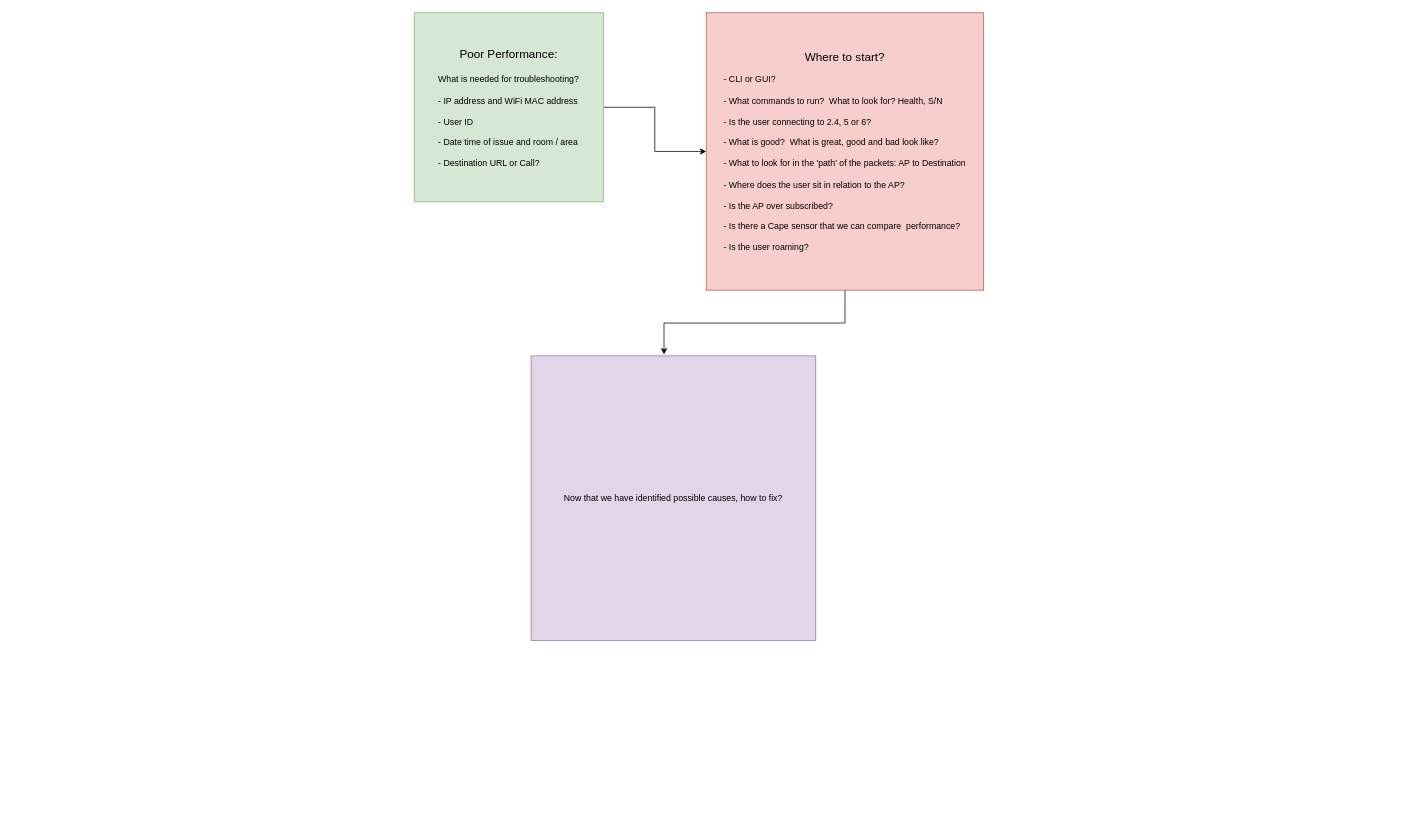
Earlier version of the draw.io diagram WLAN - Poor Performance.drawio (Lost-Ones/Draw.io). Source tidied: cells renumbered, new cells numbered last; positions are measured from the earlier drawing's top-left corner, leaving out a move shared by most shapes. Both pictures are drawn from the tidied source at 73%, with x=0, y=0 at pixel (414, 12).
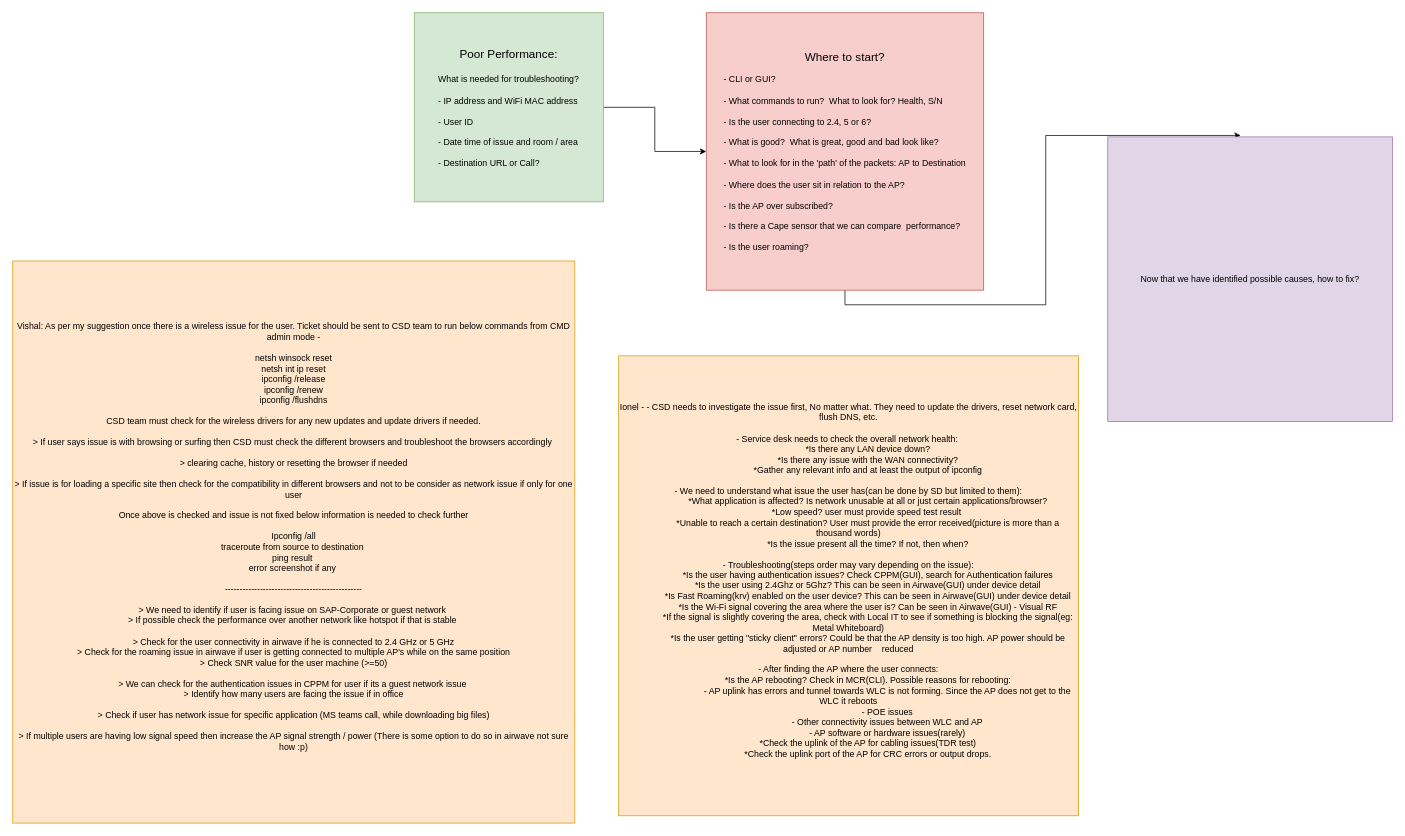
After the change.

What changed in the source:
```diff
@@
 <mxGraphModel>
   <root>
     <mxCell id="0" />
     <mxCell id="1" parent="0" />
     <mxCell id="2" style="edgeStyle=orthogonalEdgeStyle;rounded=0;jettySize=auto;html=1;exitX=1;exitY=0.5;exitDx=0;exitDy=0;" parent="1" edge="1" source="3" target="5">
       <mxGeometry relative="1" as="geometry" />
     </mxCell>
     <mxCell id="3" value="&lt;font style=&quot;font-size: 16px;&quot;&gt;Poor Performance:&lt;br&gt;&lt;br&gt;&lt;/font&gt;What is needed for troubleshooting?&lt;br&gt;&lt;br&gt;&lt;div style=&quot;text-align: left;&quot;&gt;&lt;span style=&quot;background-color: initial;&quot;&gt;- IP address and WiFi MAC address&lt;/span&gt;&lt;/div&gt;&lt;div style=&quot;text-align: left;&quot;&gt;&lt;span style=&quot;background-color: initial;&quot;&gt;&lt;br&gt;&lt;/span&gt;&lt;/div&gt;&lt;div style=&quot;text-align: left;&quot;&gt;&lt;span style=&quot;background-color: initial;&quot;&gt;- User ID&lt;/span&gt;&lt;/div&gt;&lt;div style=&quot;text-align: left;&quot;&gt;&lt;span style=&quot;background-color: initial;&quot;&gt;&lt;br&gt;&lt;/span&gt;&lt;/div&gt;&lt;div style=&quot;text-align: left;&quot;&gt;&lt;span style=&quot;background-color: initial;&quot;&gt;- Date time of issue and room / area&lt;/span&gt;&lt;/div&gt;&lt;div style=&quot;text-align: left;&quot;&gt;&lt;span style=&quot;background-color: initial;&quot;&gt;&lt;br&gt;&lt;/span&gt;&lt;/div&gt;&lt;div style=&quot;text-align: left;&quot;&gt;&lt;span style=&quot;background-color: initial;&quot;&gt;- Destination URL or Call?&lt;/span&gt;&lt;/div&gt;" style="whiteSpace=wrap;html=1;fillColor=#d5e8d4;strokeColor=#82b366;" parent="1" vertex="1">
       <mxGeometry width="259" height="259" as="geometry" />
     </mxCell>
     <mxCell id="4" style="edgeStyle=orthogonalEdgeStyle;rounded=0;jettySize=auto;html=1;exitX=0.5;exitY=1;exitDx=0;exitDy=0;entryX=0.467;entryY=-0.005;entryDx=0;entryDy=0;entryPerimeter=0;" parent="1" edge="1" source="5" target="6">
       <mxGeometry relative="1" as="geometry" />
     </mxCell>
     <mxCell id="5" value="&lt;font style=&quot;font-size: 16px;&quot;&gt;Where to start? &lt;br&gt;&lt;/font&gt;&lt;br&gt;&lt;div style=&quot;text-align: left;&quot;&gt;&lt;span style=&quot;background-color: initial;&quot;&gt;- CLI or GUI?&lt;/span&gt;&lt;/div&gt;&lt;div style=&quot;text-align: left;&quot;&gt;&lt;span style=&quot;background-color: initial;&quot;&gt;&lt;br&gt;&lt;/span&gt;&lt;/div&gt;&lt;div style=&quot;text-align: left;&quot;&gt;&lt;span style=&quot;background-color: initial;&quot;&gt;- What commands to run?&amp;nbsp; What to look for? Health, S/N&lt;/span&gt;&lt;/div&gt;&lt;div style=&quot;text-align: left;&quot;&gt;&lt;span style=&quot;background-color: initial;&quot;&gt;&lt;br&gt;&lt;/span&gt;&lt;/div&gt;&lt;div style=&quot;text-align: left;&quot;&gt;&lt;span style=&quot;background-color: initial;&quot;&gt;- Is the user connecting to 2.4, 5 or 6?&amp;nbsp;&lt;/span&gt;&lt;/div&gt;&lt;div style=&quot;text-align: left;&quot;&gt;&lt;br&gt;&lt;/div&gt;&lt;div style=&quot;text-align: left;&quot;&gt;&lt;span style=&quot;background-color: initial;&quot;&gt;- What is good?&amp;nbsp; What is great, good and bad look like?&lt;/span&gt;&lt;/div&gt;&lt;div style=&quot;text-align: left;&quot;&gt;&lt;br&gt;&lt;/div&gt;&lt;div style=&quot;text-align: left;&quot;&gt;&lt;span style=&quot;background-color: initial;&quot;&gt;- What to look for in the 'path' of the packets: AP to Destination&lt;/span&gt;&lt;/div&gt;&lt;div style=&quot;text-align: left;&quot;&gt;&lt;span style=&quot;background-color: initial;&quot;&gt;&lt;br&gt;&lt;/span&gt;&lt;/div&gt;&lt;div style=&quot;text-align: left;&quot;&gt;&lt;span style=&quot;background-color: initial;&quot;&gt;- Where does the user sit in relation to the AP?&lt;/span&gt;&lt;/div&gt;&lt;div style=&quot;text-align: left;&quot;&gt;&lt;span style=&quot;background-color: initial;&quot;&gt;&lt;br&gt;&lt;/span&gt;&lt;/div&gt;&lt;div style=&quot;text-align: left;&quot;&gt;&lt;span style=&quot;background-color: initial;&quot;&gt;- Is the AP over subscribed?&lt;/span&gt;&lt;/div&gt;&lt;div style=&quot;text-align: left;&quot;&gt;&lt;span style=&quot;background-color: initial;&quot;&gt;&lt;br&gt;&lt;/span&gt;&lt;/div&gt;&lt;div style=&quot;text-align: left;&quot;&gt;&lt;span style=&quot;background-color: initial;&quot;&gt;- Is there a Cape sensor that we can compare&amp;nbsp; performance?&lt;/span&gt;&lt;/div&gt;&lt;div style=&quot;text-align: left;&quot;&gt;&lt;span style=&quot;background-color: initial;&quot;&gt;&lt;br&gt;&lt;/span&gt;&lt;/div&gt;&lt;div style=&quot;text-align: left;&quot;&gt;&lt;span style=&quot;background-color: initial;&quot;&gt;- Is the user roaming?&lt;/span&gt;&lt;/div&gt;" style="whiteSpace=wrap;html=1;fillColor=#f8cecc;strokeColor=#b85450;" parent="1" vertex="1">
       <mxGeometry x="400" width="380" height="380" as="geometry" />
     </mxCell>
     <mxCell id="6" value="Now that we have identified possible causes, how to fix?" style="whiteSpace=wrap;html=1;fillColor=#e1d5e7;strokeColor=#9673a6;" parent="1" vertex="1">
-      <mxGeometry x="160" y="470" width="390" height="390" as="geometry" />
+      <mxGeometry x="950" y="170" width="390" height="390" as="geometry" />
     </mxCell>
+    <mxCell id="7" value="&lt;div&gt;Vishal: As per my suggestion once there is a wireless issue for the user. Ticket should be sent to CSD team to run below commands from CMD admin mode -&lt;/div&gt;&lt;div&gt;&lt;br&gt;&lt;/div&gt;&lt;div&gt;netsh winsock reset&lt;/div&gt;&lt;div&gt;netsh int ip reset&lt;/div&gt;&lt;div&gt;ipconfig /release&lt;/div&gt;&lt;div&gt;ipconfig /renew&lt;/div&gt;&lt;div&gt;ipconfig /flushdns&lt;/div&gt;&lt;div&gt;&lt;br&gt;&lt;/div&gt;&lt;div&gt;CSD team must check for the wireless drivers for any new updates and update drivers if needed.&lt;/div&gt;&lt;div&gt;&lt;br&gt;&lt;/div&gt;&lt;div&gt;&amp;gt; If user says issue is with browsing or surfing then CSD must check the different browsers and troubleshoot the browsers accordingly&amp;nbsp;&lt;/div&gt;&lt;div&gt;&lt;br&gt;&lt;/div&gt;&lt;div&gt;&amp;gt; clearing cache, history or resetting the browser if needed&lt;/div&gt;&lt;div&gt;&lt;br&gt;&lt;/div&gt;&lt;div&gt;&amp;gt; If issue is for loading a specific site then check for the compatibility in different browsers and not to be consider as network issue if only for one user&lt;/div&gt;&lt;div&gt;&lt;br&gt;&lt;/div&gt;&lt;div&gt;Once above is checked and issue is not fixed below information is needed to check further&lt;/div&gt;&lt;div&gt;&lt;br&gt;&lt;/div&gt;&lt;div&gt;Ipconfig /all&lt;/div&gt;&lt;div&gt;traceroute from source to destination&amp;nbsp;&lt;/div&gt;&lt;div&gt;ping result&amp;nbsp;&lt;/div&gt;&lt;div&gt;error screenshot if any&amp;nbsp;&lt;/div&gt;&lt;div&gt;&lt;br&gt;&lt;/div&gt;&lt;div&gt;-----------------------------------------------&lt;/div&gt;&lt;div&gt;&lt;br&gt;&lt;/div&gt;&lt;div&gt;&amp;gt; We need to identify if user is facing issue on SAP-Corporate or guest network&amp;nbsp;&lt;/div&gt;&lt;div&gt;&amp;gt; If possible check the performance over another network like hotspot if that is stable&amp;nbsp;&lt;/div&gt;&lt;div&gt;&lt;br&gt;&lt;/div&gt;&lt;div&gt;&amp;gt; Check for the user connectivity in airwave if he is connected to 2.4 GHz or 5 GHz&lt;/div&gt;&lt;div&gt;&amp;gt; Check for the roaming issue in airwave if user is getting connected to multiple AP's while on the same position&lt;/div&gt;&lt;div&gt;&amp;gt; Check SNR value for the user machine (&amp;gt;=50)&lt;/div&gt;&lt;div&gt;&lt;br&gt;&lt;/div&gt;&lt;div&gt;&amp;gt; We can check for the authentication issues in CPPM for user if its a guest network issue&amp;nbsp;&lt;/div&gt;&lt;div&gt;&amp;gt; Identify how many users are facing the issue if in office&lt;/div&gt;&lt;div&gt;&lt;br&gt;&lt;/div&gt;&lt;div&gt;&amp;gt; Check if user has network issue for specific application (MS teams call, while downloading big files)&lt;/div&gt;&lt;div&gt;&lt;br&gt;&lt;/div&gt;&lt;div&gt;&amp;gt; If multiple users are having low signal speed then increase the AP signal strength / power (There is some option to do so in airwave not sure how :p)&lt;/div&gt;&lt;div&gt;&lt;br&gt;&lt;/div&gt;" style="whiteSpace=wrap;html=1;fillColor=#ffe6cc;strokeColor=#d79b00;" parent="1" vertex="1">
+      <mxGeometry x="-550" y="340" width="770" height="770" as="geometry" />
+    </mxCell>
+    <mxCell id="8" value="Ionel -&amp;nbsp;- CSD needs to investigate the issue first, No matter what. They need to update the drivers, reset network card, flush DNS, etc.&lt;div&gt;&lt;br&gt;&lt;/div&gt;&lt;div&gt;- Service desk needs to check the overall network health:&amp;nbsp;&lt;/div&gt;&lt;div&gt;&amp;nbsp; &amp;nbsp; &amp;nbsp; &amp;nbsp; &amp;nbsp; &amp;nbsp; &amp;nbsp; &amp;nbsp; *Is there any LAN device down?&lt;/div&gt;&lt;div&gt;&amp;nbsp; &amp;nbsp; &amp;nbsp; &amp;nbsp; &amp;nbsp; &amp;nbsp; &amp;nbsp; &amp;nbsp; *Is there any issue with the WAN connectivity?&lt;/div&gt;&lt;div&gt;&amp;nbsp; &amp;nbsp; &amp;nbsp; &amp;nbsp; &amp;nbsp; &amp;nbsp; &amp;nbsp; &amp;nbsp; *Gather any relevant info and at least the output of ipconfig&lt;/div&gt;&lt;div&gt;&lt;br&gt;&lt;/div&gt;&lt;div&gt;- We need to understand what issue the user has(can be done by SD but limited to them):&lt;/div&gt;&lt;div&gt;&amp;nbsp; &amp;nbsp; &amp;nbsp; &amp;nbsp; &amp;nbsp; &amp;nbsp; &amp;nbsp; &amp;nbsp; *What application is affected? Is network unusable at all or just certain applications/browser?&lt;/div&gt;&lt;div&gt;&amp;nbsp; &amp;nbsp; &amp;nbsp; &amp;nbsp; &amp;nbsp; &amp;nbsp; &amp;nbsp; &amp;nbsp;*Low speed? user must provide speed test result&lt;/div&gt;&lt;div&gt;&amp;nbsp; &amp;nbsp; &amp;nbsp; &amp;nbsp; &amp;nbsp; &amp;nbsp; &amp;nbsp; &amp;nbsp; *Unable to reach a certain destination? User must provide the error received(picture is more than a thousand words)&lt;/div&gt;&lt;div&gt;&amp;nbsp; &amp;nbsp; &amp;nbsp; &amp;nbsp; &amp;nbsp; &amp;nbsp; &amp;nbsp; &amp;nbsp; *Is the issue present all the time? If not, then when?&lt;/div&gt;&lt;div&gt;&lt;br&gt;&lt;/div&gt;&lt;div&gt;- Troubleshooting(steps order may vary depending on the issue):&lt;/div&gt;&lt;div&gt;&amp;nbsp; &amp;nbsp; &amp;nbsp; &amp;nbsp; &amp;nbsp; &amp;nbsp; &amp;nbsp; &amp;nbsp; *Is the user having authentication issues? Check CPPM(GUI), search for Authentication failures&lt;/div&gt;&lt;div&gt;&amp;nbsp; &amp;nbsp; &amp;nbsp; &amp;nbsp; &amp;nbsp; &amp;nbsp; &amp;nbsp; &amp;nbsp; *Is the user using 2.4Ghz or 5Ghz? This can be seen in Airwave(GUI) under device detail&lt;/div&gt;&lt;div&gt;&amp;nbsp; &amp;nbsp; &amp;nbsp; &amp;nbsp; &amp;nbsp; &amp;nbsp; &amp;nbsp; &amp;nbsp; *Is Fast Roaming(krv) enabled on the user device? This can be seen in Airwave(GUI) under device detail&lt;/div&gt;&lt;div&gt;&amp;nbsp; &amp;nbsp; &amp;nbsp; &amp;nbsp; &amp;nbsp; &amp;nbsp; &amp;nbsp; &amp;nbsp; *Is the Wi-Fi signal covering the area where the user is? Can be seen in Airwave(GUI) - Visual RF&lt;/div&gt;&lt;div&gt;&amp;nbsp; &amp;nbsp; &amp;nbsp; &amp;nbsp; &amp;nbsp; &amp;nbsp; &amp;nbsp; &amp;nbsp; *If the signal is slightly covering the area, check with Local IT to see if something is blocking the signal(eg: Metal Whiteboard)&lt;/div&gt;&lt;div&gt;&amp;nbsp; &amp;nbsp; &amp;nbsp; &amp;nbsp; &amp;nbsp; &amp;nbsp; &amp;nbsp; &amp;nbsp; *Is the user getting &quot;sticky client&quot; errors? Could be that the AP density is too high. AP power should be adjusted or AP number&amp;nbsp; &amp;nbsp; reduced&lt;/div&gt;&lt;div&gt;&lt;br&gt;&lt;/div&gt;&lt;div&gt;- After finding the AP where the user connects:&lt;/div&gt;&lt;div&gt;&amp;nbsp; &amp;nbsp; &amp;nbsp; &amp;nbsp; &amp;nbsp; &amp;nbsp; &amp;nbsp; &amp;nbsp; *Is the AP rebooting? Check in MCR(CLI). Possible reasons for rebooting:&lt;/div&gt;&lt;div&gt;&amp;nbsp; &amp;nbsp; &amp;nbsp; &amp;nbsp; &amp;nbsp; &amp;nbsp; &amp;nbsp; &amp;nbsp; &amp;nbsp; &amp;nbsp; &amp;nbsp; &amp;nbsp; &amp;nbsp; &amp;nbsp; &amp;nbsp; &amp;nbsp; - AP uplink has errors and tunnel towards WLC is not forming. Since the AP does not get to the WLC it reboots&lt;/div&gt;&lt;div&gt;&amp;nbsp; &amp;nbsp; &amp;nbsp; &amp;nbsp; &amp;nbsp; &amp;nbsp; &amp;nbsp; &amp;nbsp; &amp;nbsp; &amp;nbsp; &amp;nbsp; &amp;nbsp; &amp;nbsp; &amp;nbsp; &amp;nbsp; &amp;nbsp; - POE issues&lt;/div&gt;&lt;div&gt;&amp;nbsp; &amp;nbsp; &amp;nbsp; &amp;nbsp; &amp;nbsp; &amp;nbsp; &amp;nbsp; &amp;nbsp; &amp;nbsp; &amp;nbsp; &amp;nbsp; &amp;nbsp; &amp;nbsp; &amp;nbsp; &amp;nbsp; &amp;nbsp; - Other connectivity issues between WLC and AP&lt;/div&gt;&lt;div&gt;&amp;nbsp; &amp;nbsp; &amp;nbsp; &amp;nbsp; &amp;nbsp; &amp;nbsp; &amp;nbsp; &amp;nbsp; &amp;nbsp; &amp;nbsp; &amp;nbsp; &amp;nbsp; &amp;nbsp; &amp;nbsp; &amp;nbsp; &amp;nbsp; - AP software or hardware issues(rarely)&lt;/div&gt;&lt;div&gt;&amp;nbsp; &amp;nbsp; &amp;nbsp; &amp;nbsp; &amp;nbsp; &amp;nbsp; &amp;nbsp; &amp;nbsp; *Check the uplink of the AP for cabling issues(TDR test)&lt;/div&gt;&lt;div&gt;&amp;nbsp; &amp;nbsp; &amp;nbsp; &amp;nbsp; &amp;nbsp; &amp;nbsp; &amp;nbsp; &amp;nbsp; *Check the uplink port of the AP for CRC errors or output drops.&lt;/div&gt;&lt;div&gt;&lt;br&gt;&lt;/div&gt;" style="whiteSpace=wrap;html=1;fillColor=#ffe6cc;strokeColor=#d79b00;" parent="1" vertex="1">
+      <mxGeometry x="280" y="470" width="630" height="630" as="geometry" />
+    </mxCell>
   </root>
 </mxGraphModel>
```
